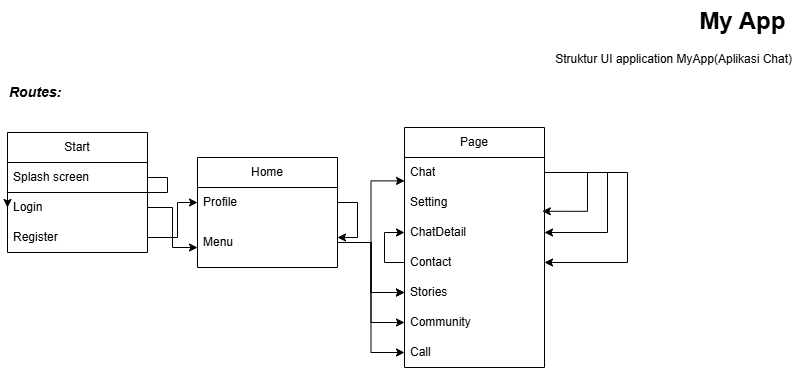
Before: Struktur Application MyApp.drawio.png, a diagram exported from draw.io (NaufalAdityaAkbar/Application-MyApp---Flutter). Source tidied: cells renumbered, new cells last; positions are measured from the earlier drawing's top-left corner, leaving out a move shared by most shapes.
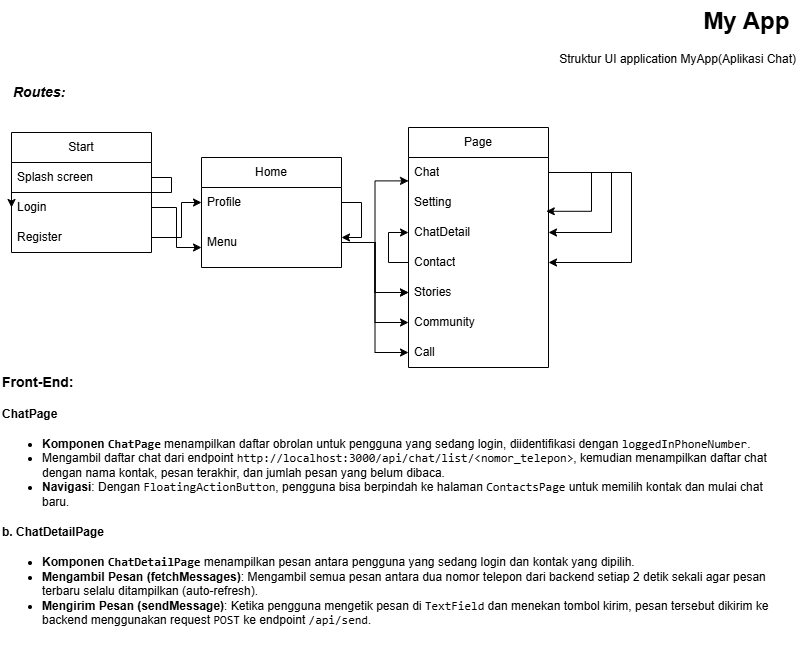
The same file after the commit.

The edit, as a diff of the source:
```diff
@@ -128,5 +128,8 @@
     <mxCell id="31" style="edgeStyle=orthogonalEdgeStyle;rounded=0;jettySize=auto;html=1;" parent="1" edge="1" source="11" target="20">
       <mxGeometry relative="1" as="geometry" />
     </mxCell>
+    <mxCell id="32" value="&lt;h1 style=&quot;margin-top: 0px; font-size: 14px;&quot;&gt;&lt;font style=&quot;font-size: 14px;&quot;&gt;Front-End:&lt;/font&gt;&lt;/h1&gt;&lt;h4&gt;&lt;strong&gt;ChatPage&lt;/strong&gt;&lt;/h4&gt;&lt;ul&gt;&lt;li&gt;&lt;strong&gt;Komponen &lt;code&gt;ChatPage&lt;/code&gt;&lt;/strong&gt; menampilkan daftar obrolan untuk pengguna yang sedang login, diidentifikasi dengan &lt;code&gt;loggedInPhoneNumber&lt;/code&gt;.&lt;/li&gt;&lt;li&gt;Mengambil daftar chat dari endpoint &lt;code&gt;http://localhost:3000/api/chat/list/&amp;lt;nomor_telepon&amp;gt;&lt;/code&gt;, kemudian menampilkan daftar chat dengan nama kontak, pesan terakhir, dan jumlah pesan yang belum dibaca.&lt;/li&gt;&lt;li&gt;&lt;strong&gt;Navigasi&lt;/strong&gt;: Dengan &lt;code&gt;FloatingActionButton&lt;/code&gt;, pengguna bisa berpindah ke halaman &lt;code&gt;ContactsPage&lt;/code&gt; untuk memilih kontak dan mulai chat baru.&lt;/li&gt;&lt;/ul&gt;&lt;h4&gt;b. &lt;strong&gt;ChatDetailPage&lt;/strong&gt;&lt;/h4&gt;&lt;ul&gt;&lt;li&gt;&lt;strong&gt;Komponen &lt;code&gt;ChatDetailPage&lt;/code&gt;&lt;/strong&gt; menampilkan pesan antara pengguna yang sedang login dan kontak yang dipilih.&lt;/li&gt;&lt;li&gt;&lt;strong&gt;Mengambil Pesan (fetchMessages)&lt;/strong&gt;: Mengambil semua pesan antara dua nomor telepon dari backend setiap 2 detik sekali agar pesan terbaru selalu ditampilkan (auto-refresh).&lt;/li&gt;&lt;li&gt;&lt;strong&gt;Mengirim Pesan (sendMessage)&lt;/strong&gt;: Ketika pengguna mengetik pesan di &lt;code&gt;TextField&lt;/code&gt; dan menekan tombol kirim, pesan tersebut dikirim ke backend menggunakan request &lt;code&gt;POST&lt;/code&gt; ke endpoint &lt;code&gt;/api/send&lt;/code&gt;.&lt;/li&gt;&lt;/ul&gt;" style="text;html=1;whiteSpace=wrap;overflow=hidden;rounded=0;" parent="1" vertex="1">
+      <mxGeometry x="-11" y="367" width="770" height="290" as="geometry" />
+    </mxCell>
   </root>
 </mxGraphModel>
```
